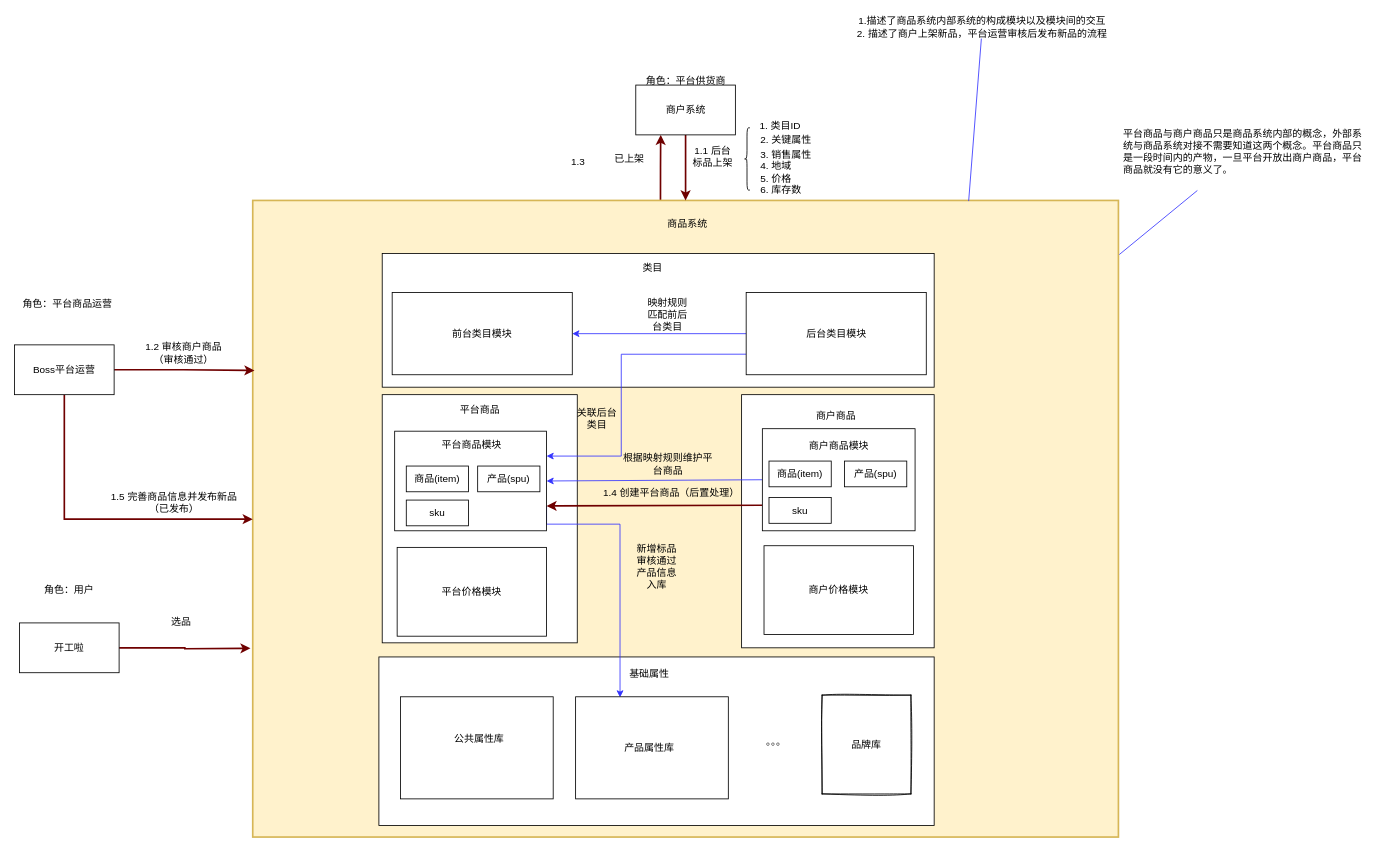
lokiworks/codebase keeps this draw.io diagram as page "商品系统2" (8 of 10) of docs/租赁平台.drawio. Above is the earlier version. Source tidied: cells renumbered, new cells numbered last; positions are measured from the earlier drawing's top-left corner, leaving out a move shared by most shapes. Both pictures are drawn from the tidied source at 83%, with x=0, y=0 at pixel (14, 14).
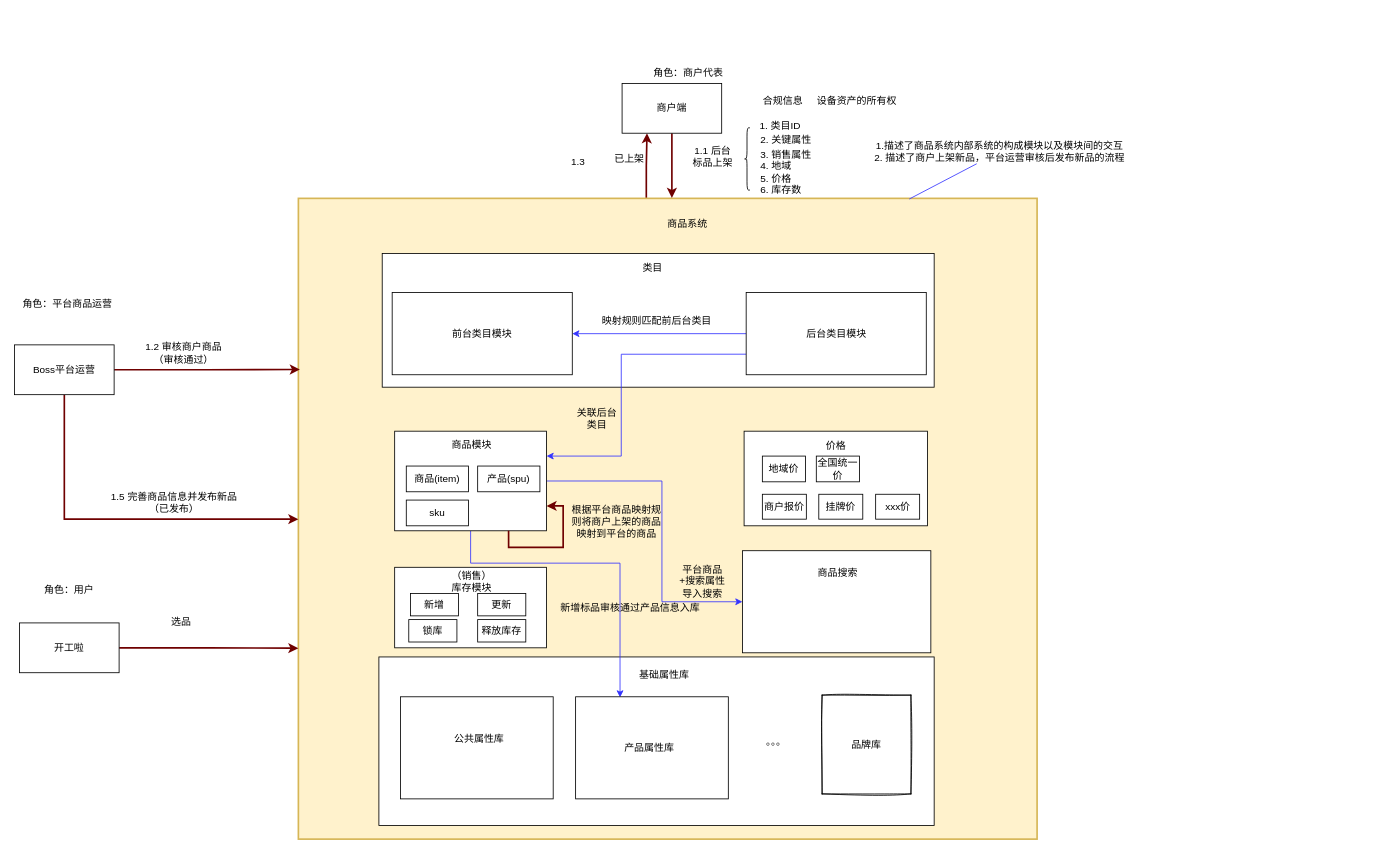
Above is the later version.

The change refers to these unchanged cells:
```xml
<mxCell id="11" style="rounded=0;whiteSpace=wrap;html=1;" parent="1" vertex="1">
  <mxGeometry x="458" y="502" width="183" height="120" as="geometry" />
</mxCell>
<mxCell id="31" style="rounded=0;whiteSpace=wrap;html=1;" parent="30" vertex="1">
  <mxGeometry width="184" height="123" as="geometry" />
</mxCell>
<mxCell id="65" value="开工啦" style="rounded=0;whiteSpace=wrap;html=1;fontColor=#000000;" parent="1" vertex="1">
  <mxGeometry x="6" y="733" width="120" height="60" as="geometry" />
</mxCell>
```

Diff of the diagram source:
```diff
@@
     <mxCell id="3" style="rounded=0;whiteSpace=wrap;html=1;sketch=0;strokeWidth=2;fillColor=#fff2cc;strokeColor=#d6b656;" parent="1" vertex="1">
-      <mxGeometry x="287" y="224" width="1043" height="767" as="geometry" />
+      <mxGeometry x="342" y="221.5" width="890" height="772" as="geometry" />
     </mxCell>
@@
-    <mxCell id="5" style="rounded=0;whiteSpace=wrap;html=1;fontColor=#000000;" parent="1" vertex="1">
-      <mxGeometry x="443" y="458" width="235" height="299" as="geometry" />
-    </mxCell>
-    <mxCell id="6" style="rounded=0;whiteSpace=wrap;html=1;fontColor=#000000;" parent="1" vertex="1">
-      <mxGeometry x="876" y="458" width="232" height="305" as="geometry" />
-    </mxCell>
@@
-    <mxCell id="8" value="根据映射规则维护平台商品" style="text;html=1;strokeColor=none;fillColor=none;align=center;verticalAlign=middle;whiteSpace=wrap;rounded=0;sketch=1;fontColor=#000000;" parent="1" vertex="1">
-      <mxGeometry x="727.5" y="526" width="119" height="31" as="geometry" />
+    <mxCell id="8" value="根据平台商品映射规则将商户上架的商品映射到平台的商品" style="text;html=1;strokeColor=none;fillColor=none;align=center;verticalAlign=middle;whiteSpace=wrap;rounded=0;sketch=1;fontColor=#000000;" parent="1" vertex="1">
+      <mxGeometry x="666" y="595" width="119" height="31" as="geometry" />
     </mxCell>
@@
-    <mxCell id="10" style="edgeStyle=orthogonalEdgeStyle;rounded=0;jettySize=auto;html=1;exitX=1;exitY=0.75;exitDx=0;exitDy=0;fontColor=#000000;startArrow=none;startFill=0;endArrow=classic;endFill=1;strokeColor=#3333FF;entryX=0.291;entryY=0.006;entryDx=0;entryDy=0;entryPerimeter=0;" parent="1" edge="1" source="11" target="31">
+    <mxCell id="10" style="edgeStyle=orthogonalEdgeStyle;rounded=0;jettySize=auto;html=1;exitX=0.5;exitY=1;exitDx=0;exitDy=0;fontColor=#000000;startArrow=none;startFill=0;endArrow=classic;endFill=1;strokeColor=#3333FF;entryX=0.291;entryY=0.006;entryDx=0;entryDy=0;entryPerimeter=0;" parent="1" edge="1" source="11" target="31">
       <mxGeometry relative="1" as="geometry">
         <Array as="points">
-          <mxPoint x="641" y="614" />
-          <mxPoint x="729" y="614" />
+          <mxPoint x="550" y="661" />
+          <mxPoint x="730" y="661" />
         </Array>
       </mxGeometry>
     </mxCell>
+    <mxCell id="70" style="edgeStyle=orthogonalEdgeStyle;rounded=0;jettySize=auto;html=1;exitX=1;exitY=0.5;exitDx=0;exitDy=0;entryX=0;entryY=0.5;entryDx=0;entryDy=0;startArrow=none;startFill=0;endArrow=classic;endFill=1;strokeColor=#3333FF;" parent="1" edge="1" source="11" target="85">
+      <mxGeometry relative="1" as="geometry">
+        <Array as="points">
+          <mxPoint x="780" y="562" />
+          <mxPoint x="780" y="707" />
+        </Array>
+      </mxGeometry>
+    </mxCell>
@@
-    <mxCell id="12" value="平台商品模块&lt;br&gt;" style="text;html=1;strokeColor=none;fillColor=none;align=center;verticalAlign=middle;whiteSpace=wrap;rounded=0;" parent="1" vertex="1">
+    <mxCell id="12" value="商品模块" style="text;html=1;strokeColor=none;fillColor=none;align=center;verticalAlign=middle;whiteSpace=wrap;rounded=0;" parent="1" vertex="1">
       <mxGeometry x="487" y="502" width="127.5" height="33" as="geometry" />
     </mxCell>
-    <mxCell id="13" style="edgeStyle=none;rounded=0;jettySize=auto;html=1;exitX=0;exitY=0.5;exitDx=0;exitDy=0;entryX=1;entryY=0.5;entryDx=0;entryDy=0;fontColor=#000000;startArrow=none;startFill=0;endArrow=classic;endFill=1;strokeColor=#3333FF;" parent="1" edge="1" source="15" target="11">
-      <mxGeometry relative="1" as="geometry" />
-    </mxCell>
-    <mxCell id="14" style="edgeStyle=none;rounded=0;jettySize=auto;html=1;exitX=0;exitY=0.75;exitDx=0;exitDy=0;entryX=1;entryY=0.75;entryDx=0;entryDy=0;fontColor=#000000;startArrow=none;startFill=0;endArrow=classic;endFill=1;strokeColor=#6F0000;fillColor=#a20025;strokeWidth=2;" parent="1" edge="1" source="15" target="11">
+    <mxCell id="14" style="edgeStyle=orthogonalEdgeStyle;rounded=0;orthogonalLoop=1;jettySize=auto;html=1;exitX=0.75;exitY=1;exitDx=0;exitDy=0;entryX=1;entryY=0.75;entryDx=0;entryDy=0;fontColor=#000000;startArrow=none;startFill=0;endArrow=classic;endFill=1;strokeColor=#6F0000;fillColor=#a20025;strokeWidth=2;" parent="1" edge="1" source="11" target="11">
       <mxGeometry relative="1" as="geometry" />
     </mxCell>
-    <mxCell id="15" style="rounded=0;whiteSpace=wrap;html=1;" parent="1" vertex="1">
-      <mxGeometry x="901" y="499" width="184" height="123" as="geometry" />
-    </mxCell>
-    <mxCell id="16" value="商户商品模块" style="text;html=1;strokeColor=none;fillColor=none;align=center;verticalAlign=middle;whiteSpace=wrap;rounded=0;" parent="1" vertex="1">
-      <mxGeometry x="955.5" y="505" width="75" height="30" as="geometry" />
-    </mxCell>
-    <mxCell id="17" value="商品(item)" style="rounded=0;whiteSpace=wrap;html=1;" parent="1" vertex="1">
-      <mxGeometry x="909" y="538" width="75" height="31" as="geometry" />
-    </mxCell>
-    <mxCell id="18" value="产品(spu)" style="rounded=0;whiteSpace=wrap;html=1;" parent="1" vertex="1">
-      <mxGeometry x="1000" y="538" width="75" height="31" as="geometry" />
-    </mxCell>
-    <mxCell id="19" value="sku" style="rounded=0;whiteSpace=wrap;html=1;" parent="1" vertex="1">
-      <mxGeometry x="909" y="582" width="75" height="31" as="geometry" />
-    </mxCell>
@@
-    <mxCell id="23" style="edgeStyle=orthogonalEdgeStyle;rounded=0;jettySize=auto;html=1;exitX=0.5;exitY=1;exitDx=0;exitDy=0;fontColor=#000000;startArrow=none;startFill=0;endArrow=classic;endFill=1;strokeColor=#6F0000;fillColor=#a20025;strokeWidth=2;" parent="1" edge="1" source="24" target="3">
-      <mxGeometry relative="1" as="geometry" />
+    <mxCell id="23" style="edgeStyle=orthogonalEdgeStyle;rounded=0;jettySize=auto;html=1;exitX=0.5;exitY=1;exitDx=0;exitDy=0;fontColor=#000000;startArrow=none;startFill=0;endArrow=classic;endFill=1;strokeColor=#6F0000;fillColor=#a20025;strokeWidth=2;" parent="1" edge="1" source="24">
+      <mxGeometry relative="1" as="geometry">
+        <mxPoint x="792" y="221" as="targetPoint" />
+      </mxGeometry>
     </mxCell>
-    <mxCell id="24" value="商户系统" style="rounded=0;whiteSpace=wrap;html=1;" parent="1" vertex="1">
-      <mxGeometry x="748.5" y="85" width="120" height="60" as="geometry" />
+    <mxCell id="24" value="商户端" style="rounded=0;whiteSpace=wrap;html=1;" parent="1" vertex="1">
+      <mxGeometry x="732" y="83" width="120" height="60" as="geometry" />
     </mxCell>
@@
-    <mxCell id="26" value="商户价格模块" style="rounded=0;whiteSpace=wrap;html=1;sketch=0;fontColor=#000000;" parent="1" vertex="1">
-      <mxGeometry x="903" y="640" width="180" height="107" as="geometry" />
+    <mxCell id="26" style="rounded=0;whiteSpace=wrap;html=1;sketch=0;fontColor=#000000;" parent="1" vertex="1">
+      <mxGeometry x="879" y="502" width="221" height="114" as="geometry" />
     </mxCell>
@@
-    <mxCell id="37" value="基础属性" style="text;html=1;strokeColor=none;fillColor=none;align=center;verticalAlign=middle;whiteSpace=wrap;rounded=0;fontColor=#000000;" parent="1" vertex="1">
-      <mxGeometry x="735" y="780" width="60" height="30" as="geometry" />
+    <mxCell id="37" value="基础属性库" style="text;html=1;strokeColor=none;fillColor=none;align=center;verticalAlign=middle;whiteSpace=wrap;rounded=0;fontColor=#000000;" parent="1" vertex="1">
+      <mxGeometry x="735" y="780" width="96" height="32" as="geometry" />
     </mxCell>
@@
-    <mxCell id="39" value="商户商品" style="text;html=1;strokeColor=none;fillColor=none;align=center;verticalAlign=middle;whiteSpace=wrap;rounded=0;fontColor=#000000;" parent="1" vertex="1">
-      <mxGeometry x="960" y="469" width="60" height="30" as="geometry" />
-    </mxCell>
-    <mxCell id="40" value="平台价格模块" style="rounded=0;whiteSpace=wrap;html=1;sketch=0;fontColor=#000000;" parent="1" vertex="1">
-      <mxGeometry x="461" y="642" width="180" height="107" as="geometry" />
-    </mxCell>
     <mxCell id="41" value="映射规则匹配前后台类目" style="text;html=1;strokeColor=none;fillColor=none;align=center;verticalAlign=middle;whiteSpace=wrap;rounded=0;fontColor=#000000;" parent="1" vertex="1">
-      <mxGeometry x="757" y="347" width="60" height="30" as="geometry" />
+      <mxGeometry x="700.5" y="354.5" width="146" height="28" as="geometry" />
     </mxCell>
@@
-    <mxCell id="50" value="平台商品" style="text;html=1;strokeColor=none;fillColor=none;align=center;verticalAlign=middle;whiteSpace=wrap;rounded=0;sketch=0;fontColor=#000000;" parent="1" vertex="1">
-      <mxGeometry x="531" y="462" width="60" height="30" as="geometry" />
-    </mxCell>
-    <mxCell id="51" style="rounded=0;jettySize=auto;html=1;entryX=1.001;entryY=0.085;entryDx=0;entryDy=0;entryPerimeter=0;fontColor=#000000;startArrow=none;startFill=0;endArrow=none;endFill=0;strokeColor=#3333FF;" parent="1" edge="1" source="52" target="3">
-      <mxGeometry relative="1" as="geometry" />
-    </mxCell>
-    <mxCell id="52" value="平台商品与商户商品只是商品系统内部的概念，外部系统与商品系统对接不需要知道这两个概念。平台商品只是一段时间内的产物，一旦平台开放出商户商品，平台商品就没有它的意义了。" style="text;html=1;strokeColor=none;fillColor=none;align=left;verticalAlign=middle;whiteSpace=wrap;rounded=0;sketch=0;fontColor=#000000;" parent="1" vertex="1">
-      <mxGeometry x="1334" y="117" width="298" height="95" as="geometry" />
-    </mxCell>
@@
     <mxCell id="57" value="新增标品审核通过产品信息入库" style="text;html=1;strokeColor=none;fillColor=none;align=center;verticalAlign=middle;whiteSpace=wrap;rounded=0;sketch=0;fontColor=#000000;" parent="1" vertex="1">
-      <mxGeometry x="743.5" y="650" width="60" height="30" as="geometry" />
+      <mxGeometry x="651" y="697" width="182" height="36" as="geometry" />
     </mxCell>
@@
     <mxCell id="61" value="1.描述了商品系统内部系统的构成模块以及模块间的交互&lt;br&gt;2. 描述了商户上架新品，平台运营审核后发布新品的流程" style="text;html=1;strokeColor=none;fillColor=none;align=center;verticalAlign=middle;whiteSpace=wrap;rounded=0;sketch=0;fontColor=#000000;" parent="1" vertex="1">
-      <mxGeometry x="1010" width="312" height="29" as="geometry" />
+      <mxGeometry x="1031" y="150.8" width="312" height="29" as="geometry" />
     </mxCell>
-    <mxCell id="62" value="1.4 创建平台商品（后置处理）" style="text;html=1;strokeColor=none;fillColor=none;align=center;verticalAlign=middle;whiteSpace=wrap;rounded=0;sketch=1;fontColor=#000000;" parent="1" vertex="1">
-      <mxGeometry x="704" y="564" width="175" height="23" as="geometry" />
-    </mxCell>
@@
-    <mxCell id="64" style="edgeStyle=orthogonalEdgeStyle;rounded=0;jettySize=auto;html=1;exitX=1;exitY=0.5;exitDx=0;exitDy=0;fontColor=#000000;startArrow=none;startFill=0;endArrow=classic;endFill=1;strokeColor=#6F0000;strokeWidth=2;fillColor=#a20025;" parent="1" edge="1" source="65">
-      <mxGeometry relative="1" as="geometry">
-        <mxPoint x="284.3" y="763.6" as="targetPoint" />
-      </mxGeometry>
+    <mxCell id="64" style="edgeStyle=orthogonalEdgeStyle;rounded=0;jettySize=auto;html=1;exitX=1;exitY=0.5;exitDx=0;exitDy=0;fontColor=#000000;startArrow=none;startFill=0;endArrow=classic;endFill=1;strokeColor=#6F0000;strokeWidth=2;fillColor=#a20025;entryX=0;entryY=0.702;entryDx=0;entryDy=0;entryPerimeter=0;" parent="1" edge="1" source="65" target="3">
+      <mxGeometry relative="1" as="geometry" />
     </mxCell>
@@
-    <mxCell id="67" value="角色：平台供货商" style="text;html=1;strokeColor=none;fillColor=none;align=center;verticalAlign=middle;whiteSpace=wrap;rounded=0;" parent="1" vertex="1">
-      <mxGeometry x="751" y="66" width="115.5" height="28" as="geometry" />
+    <mxCell id="67" value="角色：商户代表" style="text;html=1;strokeColor=none;fillColor=none;align=center;verticalAlign=middle;whiteSpace=wrap;rounded=0;" parent="1" vertex="1">
+      <mxGeometry x="753.5" y="57" width="115.5" height="28" as="geometry" />
     </mxCell>
@@
+    <mxCell id="71" style="rounded=0;whiteSpace=wrap;html=1;sketch=0;fontColor=#000000;" parent="1" vertex="1">
+      <mxGeometry x="458" y="666" width="183" height="97" as="geometry" />
+    </mxCell>
+    <mxCell id="72" value="合规信息" style="text;html=1;strokeColor=none;fillColor=none;align=center;verticalAlign=middle;whiteSpace=wrap;rounded=0;" parent="1" vertex="1">
+      <mxGeometry x="896" y="89" width="60" height="30" as="geometry" />
+    </mxCell>
+    <mxCell id="73" value="设备资产的所有权" style="text;html=1;strokeColor=none;fillColor=none;align=center;verticalAlign=middle;whiteSpace=wrap;rounded=0;" parent="1" vertex="1">
+      <mxGeometry x="958" y="86.5" width="114" height="35" as="geometry" />
+    </mxCell>
+    <mxCell id="74" value="商户报价" style="rounded=0;whiteSpace=wrap;html=1;" parent="1" vertex="1">
+      <mxGeometry x="901" y="578" width="53" height="30" as="geometry" />
+    </mxCell>
+    <mxCell id="75" value="挂牌价" style="rounded=0;whiteSpace=wrap;html=1;" parent="1" vertex="1">
+      <mxGeometry x="969" y="578" width="53" height="30" as="geometry" />
+    </mxCell>
+    <mxCell id="76" value="xxx价" style="rounded=0;whiteSpace=wrap;html=1;" parent="1" vertex="1">
+      <mxGeometry x="1037.5" y="578" width="53" height="30" as="geometry" />
+    </mxCell>
+    <mxCell id="77" value="价格" style="text;html=1;strokeColor=none;fillColor=none;align=center;verticalAlign=middle;whiteSpace=wrap;rounded=0;" parent="1" vertex="1">
+      <mxGeometry x="960" y="505" width="60" height="30" as="geometry" />
+    </mxCell>
+    <mxCell id="78" value="地域价" style="rounded=0;whiteSpace=wrap;html=1;" parent="1" vertex="1">
+      <mxGeometry x="901" y="532" width="52" height="31" as="geometry" />
+    </mxCell>
+    <mxCell id="79" value="全国统一价" style="rounded=0;whiteSpace=wrap;html=1;" parent="1" vertex="1">
+      <mxGeometry x="966" y="532" width="52" height="31" as="geometry" />
+    </mxCell>
+    <mxCell id="80" value="锁库" style="rounded=0;whiteSpace=wrap;html=1;" parent="1" vertex="1">
+      <mxGeometry x="475" y="729" width="58" height="27" as="geometry" />
+    </mxCell>
+    <mxCell id="81" value="（销售）库存模块" style="text;html=1;strokeColor=none;fillColor=none;align=center;verticalAlign=middle;whiteSpace=wrap;rounded=0;" parent="1" vertex="1">
+      <mxGeometry x="520.8" y="667.5" width="60" height="30" as="geometry" />
+    </mxCell>
+    <mxCell id="82" value="释放库存" style="rounded=0;whiteSpace=wrap;html=1;" parent="1" vertex="1">
+      <mxGeometry x="558" y="729" width="58" height="27" as="geometry" />
+    </mxCell>
+    <mxCell id="83" value="新增" style="rounded=0;whiteSpace=wrap;html=1;" parent="1" vertex="1">
+      <mxGeometry x="477" y="697.5" width="58" height="27" as="geometry" />
+    </mxCell>
+    <mxCell id="84" value="更新" style="rounded=0;whiteSpace=wrap;html=1;" parent="1" vertex="1">
+      <mxGeometry x="558" y="697.5" width="58" height="27" as="geometry" />
+    </mxCell>
+    <mxCell id="85" style="rounded=0;whiteSpace=wrap;html=1;sketch=0;fontColor=#000000;" parent="1" vertex="1">
+      <mxGeometry x="877" y="646" width="227" height="123" as="geometry" />
+    </mxCell>
+    <mxCell id="86" value="商品搜索" style="text;html=1;strokeColor=none;fillColor=none;align=center;verticalAlign=middle;whiteSpace=wrap;rounded=0;" parent="1" vertex="1">
+      <mxGeometry x="962" y="658" width="60" height="30" as="geometry" />
+    </mxCell>
+    <mxCell id="87" value="平台商品+搜索属性导入搜索" style="text;html=1;strokeColor=none;fillColor=none;align=center;verticalAlign=middle;whiteSpace=wrap;rounded=0;" parent="1" vertex="1">
+      <mxGeometry x="799" y="668" width="60" height="30" as="geometry" />
+    </mxCell>
```
